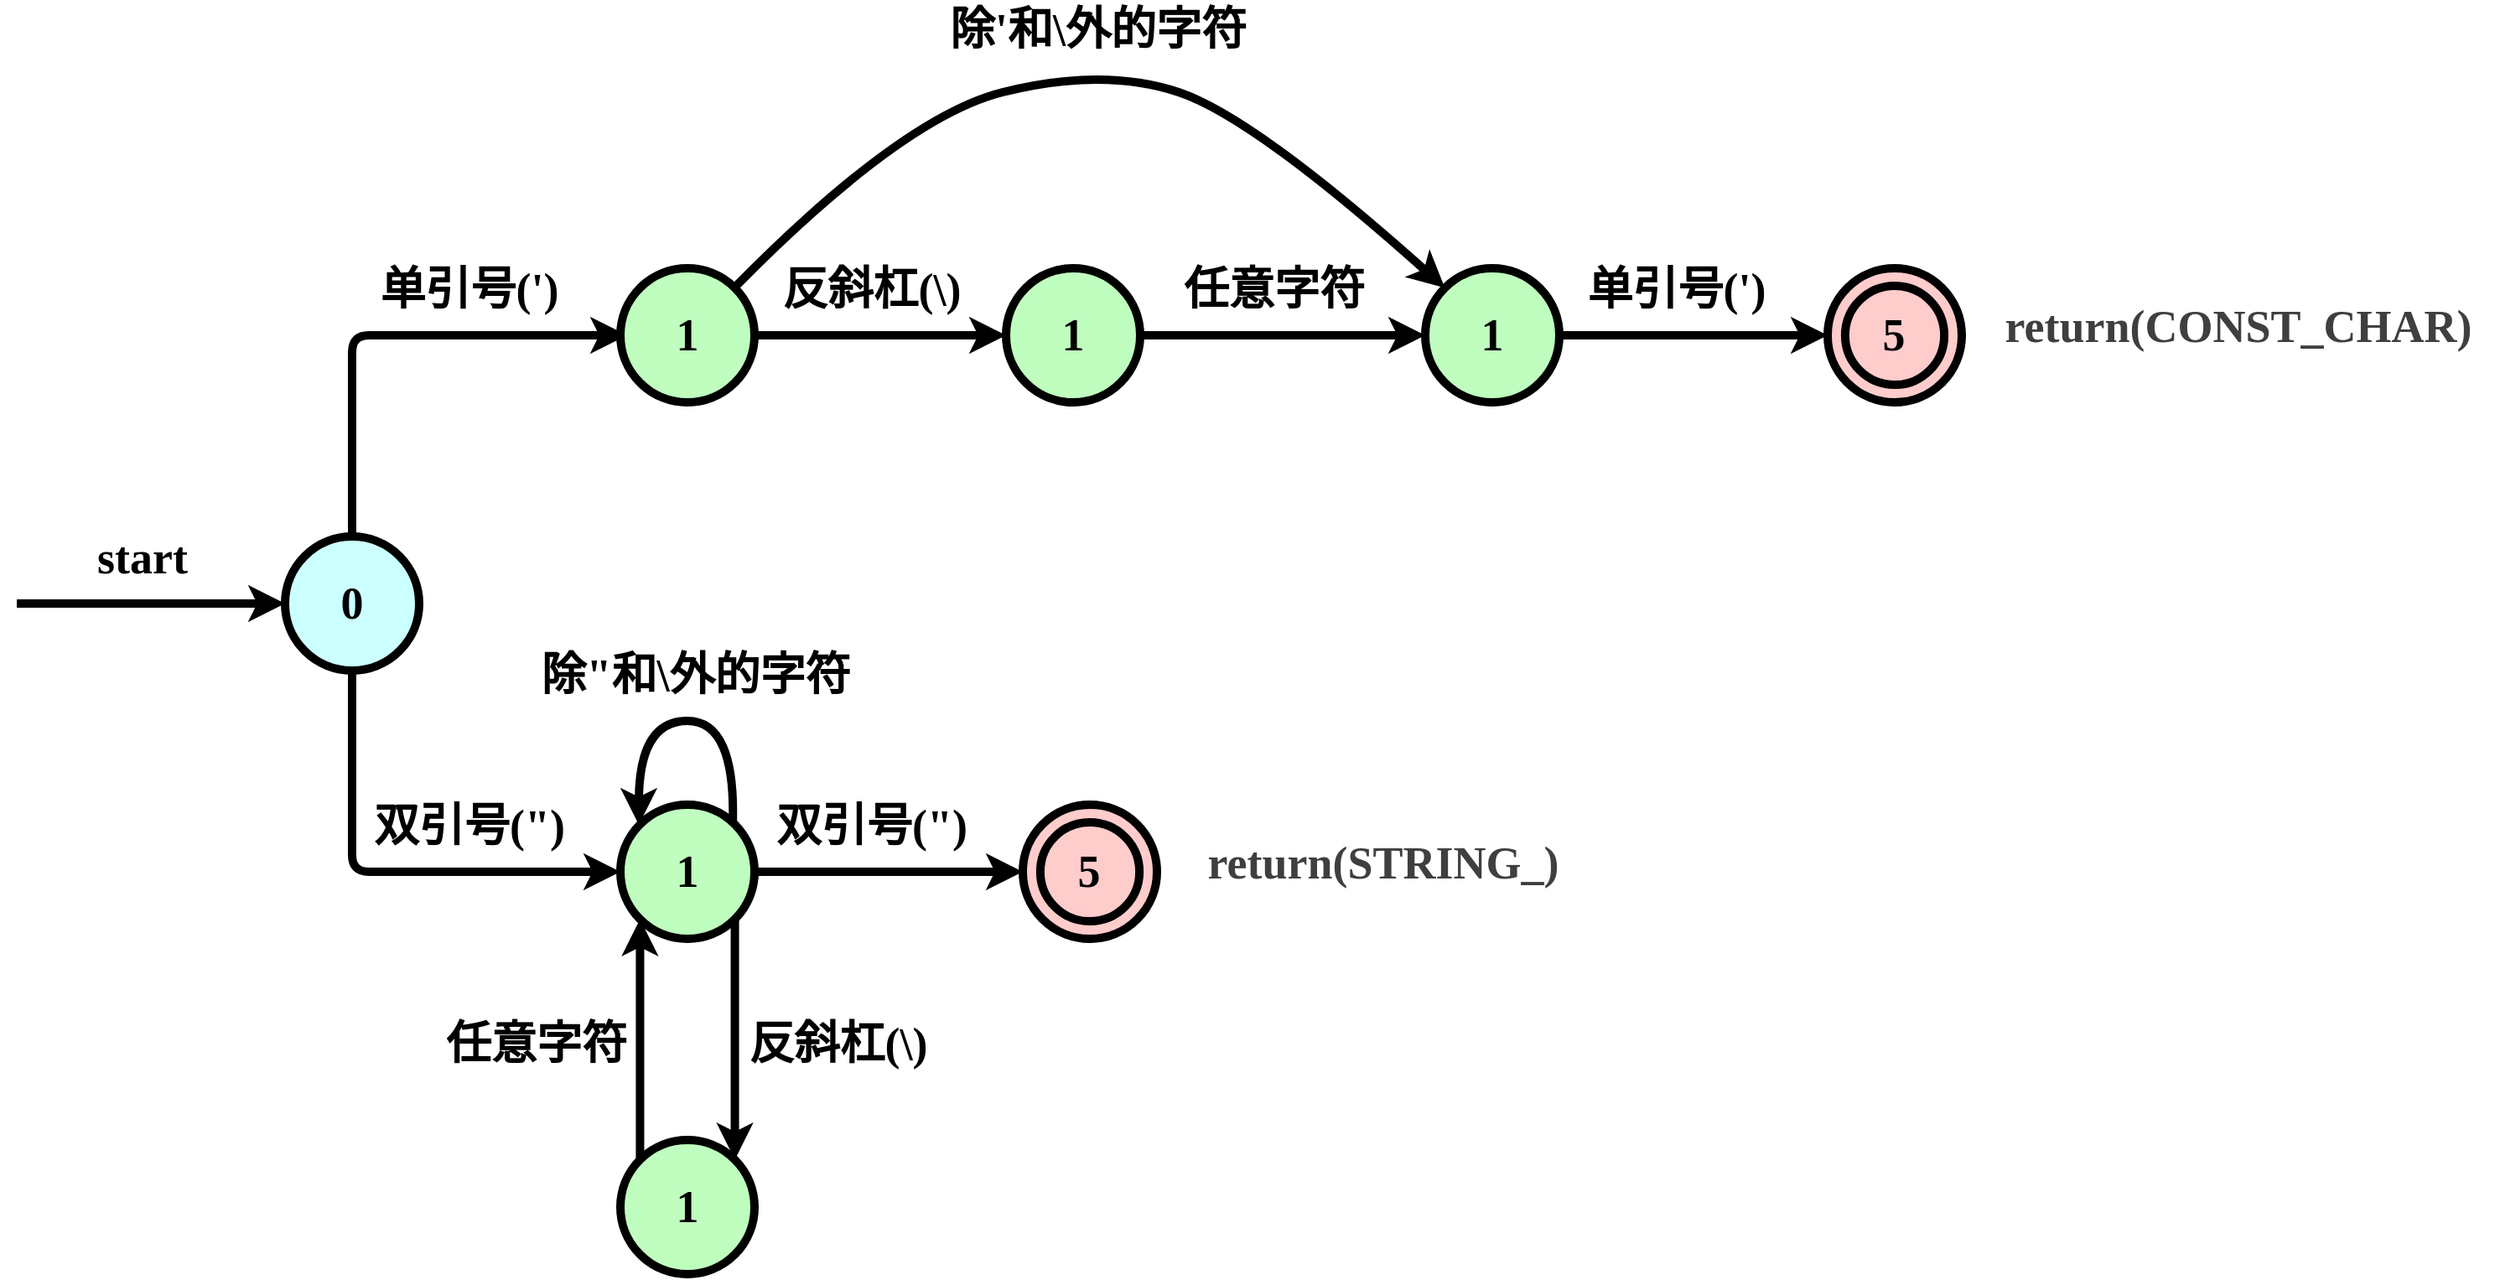
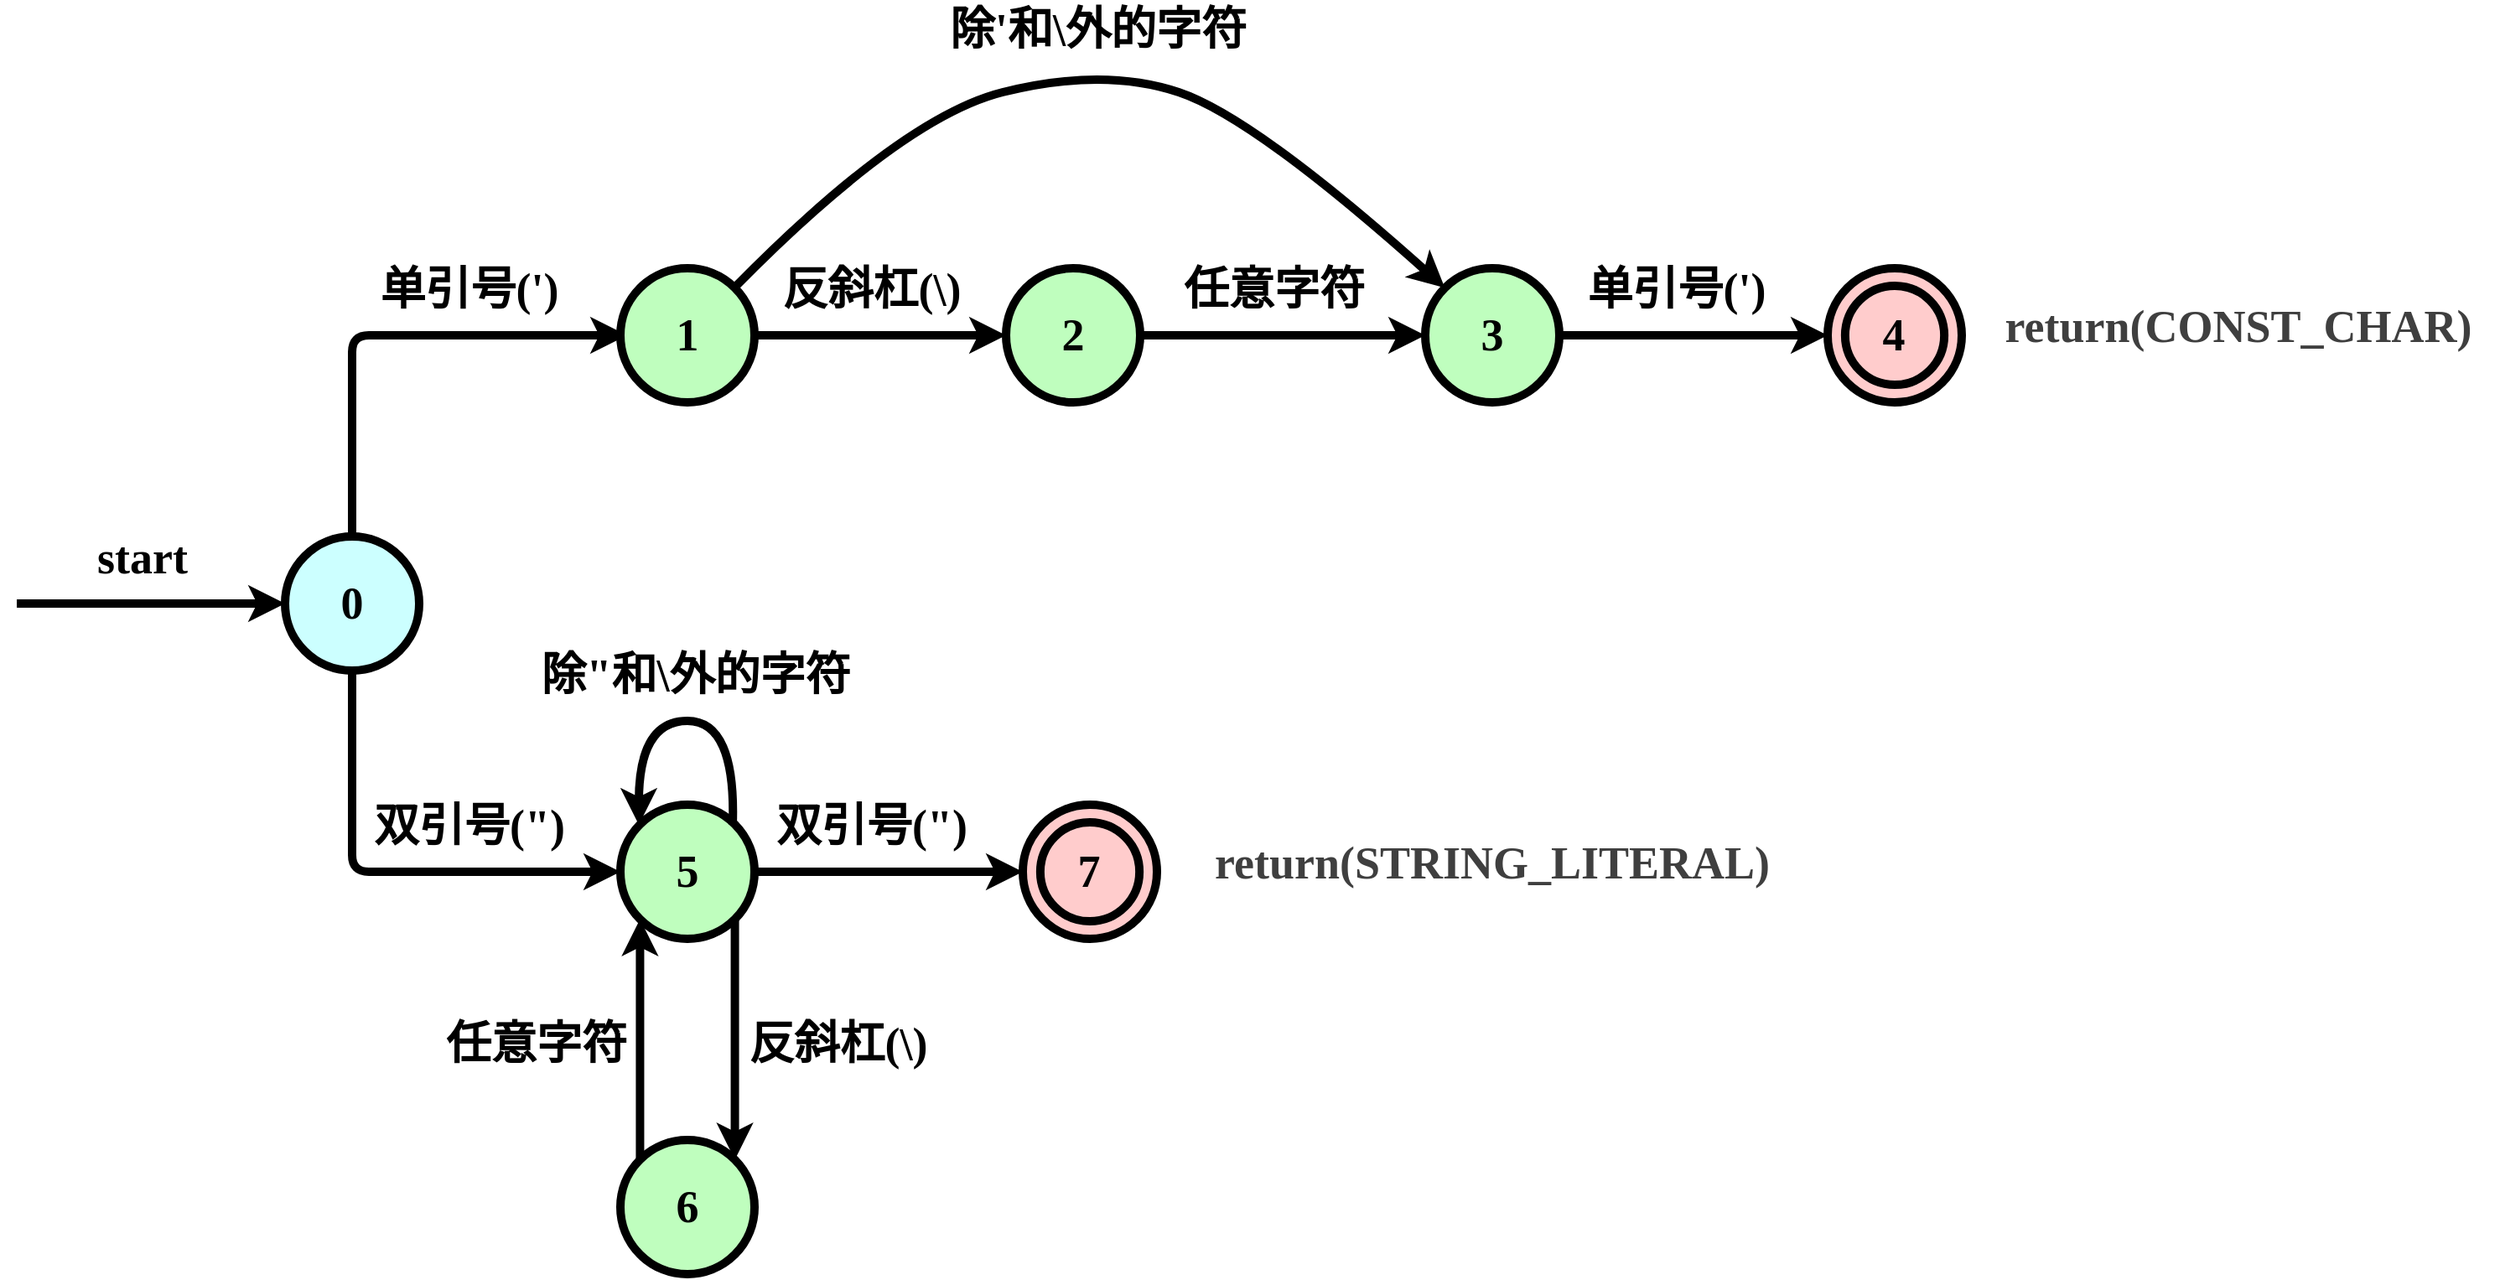
<mxfile host="65bd71144e">
    <diagram id="WDaXGVvMb0ibqETLBTzo" name="第 1 页">
        <mxGraphModel dx="1567" dy="1227" grid="1" gridSize="10" guides="1" tooltips="1" connect="1" arrows="1" fold="1" page="1" pageScale="1" pageWidth="3300" pageHeight="4681" math="0" shadow="0">
            <root>
                <mxCell id="0"/>
                <mxCell id="1" parent="0"/>
-                 <mxCell id="2" style="edgeStyle=orthogonalEdgeStyle;rounded=0;orthogonalLoop=1;jettySize=auto;html=1;exitX=0;exitY=0.5;exitDx=0;exitDy=0;strokeWidth=5;startArrow=classic;startFill=1;endArrow=none;endFill=0;fontSize=30;" edge="1" parent="1" source="3">
+                 <mxCell id="2" style="edgeStyle=orthogonalEdgeStyle;rounded=0;orthogonalLoop=1;jettySize=auto;html=1;exitX=0;exitY=0.5;exitDx=0;exitDy=0;strokeWidth=5;startArrow=classic;startFill=1;endArrow=none;endFill=0;fontSize=30;" parent="1" source="3" edge="1">
                    <mxGeometry relative="1" as="geometry">
                        <mxPoint x="160" y="2120" as="targetPoint"/>
                    </mxGeometry>
                </mxCell>
-                 <mxCell id="9" style="edgeStyle=none;html=1;exitX=0.5;exitY=1;exitDx=0;exitDy=0;entryX=0;entryY=0.5;entryDx=0;entryDy=0;strokeWidth=5;" edge="1" parent="1" source="3" target="8">
+                 <mxCell id="9" style="edgeStyle=none;html=1;exitX=0.5;exitY=1;exitDx=0;exitDy=0;entryX=0;entryY=0.5;entryDx=0;entryDy=0;strokeWidth=5;" parent="1" source="3" target="8" edge="1">
                    <mxGeometry relative="1" as="geometry">
                        <Array as="points">
                            <mxPoint x="360" y="2280"/>
                        </Array>
                    </mxGeometry>
                </mxCell>
-                 <mxCell id="3" value="&lt;font style=&quot;color: rgb(0, 0, 0);&quot; face=&quot;Comic Sans MS&quot;&gt;0&lt;/font&gt;" style="ellipse;whiteSpace=wrap;html=1;aspect=fixed;strokeWidth=5;fillColor=#CCFFFF;gradientColor=none;fontSize=27;fontStyle=1" vertex="1" parent="1">
+                 <mxCell id="3" value="&lt;font style=&quot;color: rgb(0, 0, 0);&quot; face=&quot;Comic Sans MS&quot;&gt;0&lt;/font&gt;" style="ellipse;whiteSpace=wrap;html=1;aspect=fixed;strokeWidth=5;fillColor=#CCFFFF;gradientColor=none;fontSize=27;fontStyle=1" parent="1" vertex="1">
                    <mxGeometry x="320" y="2080" width="80" height="80" as="geometry"/>
                </mxCell>
-                 <mxCell id="4" value="start" style="text;html=1;align=center;verticalAlign=middle;whiteSpace=wrap;rounded=0;fontFamily=Comic Sans MS;strokeWidth=5;fontSize=27;fontStyle=1" vertex="1" parent="1">
+                 <mxCell id="4" value="start" style="text;html=1;align=center;verticalAlign=middle;whiteSpace=wrap;rounded=0;fontFamily=Comic Sans MS;strokeWidth=5;fontSize=27;fontStyle=1" parent="1" vertex="1">
                    <mxGeometry x="190" y="2080" width="90" height="25" as="geometry"/>
                </mxCell>
-                 <mxCell id="5" style="edgeStyle=none;html=1;exitX=0.446;exitY=-0.002;exitDx=0;exitDy=0;entryX=0;entryY=0.5;entryDx=0;entryDy=0;strokeWidth=5;exitPerimeter=0;" edge="1" parent="1">
+                 <mxCell id="5" style="edgeStyle=none;html=1;exitX=0.446;exitY=-0.002;exitDx=0;exitDy=0;entryX=0;entryY=0.5;entryDx=0;entryDy=0;strokeWidth=5;exitPerimeter=0;" parent="1" edge="1">
                    <mxGeometry relative="1" as="geometry">
                        <Array as="points">
                            <mxPoint x="360" y="1960"/>
                        </Array>
                        <mxPoint x="360" y="2080" as="sourcePoint"/>
                        <mxPoint x="524" y="1960" as="targetPoint"/>
                    </mxGeometry>
                </mxCell>
-                 <mxCell id="12" style="edgeStyle=none;html=1;exitX=1;exitY=0.5;exitDx=0;exitDy=0;entryX=0;entryY=0.5;entryDx=0;entryDy=0;strokeWidth=5;" edge="1" parent="1" source="6" target="11">
+                 <mxCell id="12" style="edgeStyle=none;html=1;exitX=1;exitY=0.5;exitDx=0;exitDy=0;entryX=0;entryY=0.5;entryDx=0;entryDy=0;strokeWidth=5;" parent="1" source="6" target="11" edge="1">
                    <mxGeometry relative="1" as="geometry"/>
                </mxCell>
-                 <mxCell id="6" value="&lt;font face=&quot;Comic Sans MS&quot;&gt;1&lt;/font&gt;" style="ellipse;whiteSpace=wrap;html=1;aspect=fixed;strokeWidth=5;fillColor=#BFFEBE;strokeColor=#000000;fontSize=27;fontStyle=1" vertex="1" parent="1">
+                 <mxCell id="6" value="&lt;font face=&quot;Comic Sans MS&quot;&gt;1&lt;/font&gt;" style="ellipse;whiteSpace=wrap;html=1;aspect=fixed;strokeWidth=5;fillColor=#BFFEBE;strokeColor=#000000;fontSize=27;fontStyle=1" parent="1" vertex="1">
                    <mxGeometry x="520" y="1920" width="80" height="80" as="geometry"/>
                </mxCell>
-                 <mxCell id="7" value="单引号(&#39;)" style="text;html=1;align=center;verticalAlign=middle;whiteSpace=wrap;rounded=0;fontFamily=Comic Sans MS;strokeWidth=5;fontSize=27;fontStyle=1" vertex="1" parent="1">
+                 <mxCell id="7" value="单引号(&#39;)" style="text;html=1;align=center;verticalAlign=middle;whiteSpace=wrap;rounded=0;fontFamily=Comic Sans MS;strokeWidth=5;fontSize=27;fontStyle=1" parent="1" vertex="1">
                    <mxGeometry x="360" y="1920" width="140" height="25" as="geometry"/>
                </mxCell>
-                 <mxCell id="30" style="edgeStyle=none;html=1;exitX=1;exitY=1;exitDx=0;exitDy=0;entryX=1;entryY=0;entryDx=0;entryDy=0;strokeWidth=5;" edge="1" parent="1" source="8" target="29">
+                 <mxCell id="30" style="edgeStyle=none;html=1;exitX=1;exitY=1;exitDx=0;exitDy=0;entryX=1;entryY=0;entryDx=0;entryDy=0;strokeWidth=5;" parent="1" source="8" target="29" edge="1">
                    <mxGeometry relative="1" as="geometry"/>
                </mxCell>
-                 <mxCell id="8" value="&lt;font face=&quot;Comic Sans MS&quot;&gt;1&lt;/font&gt;" style="ellipse;whiteSpace=wrap;html=1;aspect=fixed;strokeWidth=5;fillColor=#BFFEBE;strokeColor=#000000;fontSize=27;fontStyle=1" vertex="1" parent="1">
+                 <mxCell id="8" value="&lt;font face=&quot;Comic Sans MS&quot;&gt;5&lt;/font&gt;" style="ellipse;whiteSpace=wrap;html=1;aspect=fixed;strokeWidth=5;fillColor=#BFFEBE;strokeColor=#000000;fontSize=27;fontStyle=1" parent="1" vertex="1">
                    <mxGeometry x="520" y="2240" width="80" height="80" as="geometry"/>
                </mxCell>
-                 <mxCell id="10" value="双引号(&quot;)" style="text;html=1;align=center;verticalAlign=middle;whiteSpace=wrap;rounded=0;fontFamily=Comic Sans MS;strokeWidth=5;fontSize=27;fontStyle=1" vertex="1" parent="1">
+                 <mxCell id="10" value="双引号(&quot;)" style="text;html=1;align=center;verticalAlign=middle;whiteSpace=wrap;rounded=0;fontFamily=Comic Sans MS;strokeWidth=5;fontSize=27;fontStyle=1" parent="1" vertex="1">
                    <mxGeometry x="360" y="2240" width="140" height="25" as="geometry"/>
                </mxCell>
-                 <mxCell id="11" value="&lt;font face=&quot;Comic Sans MS&quot;&gt;1&lt;/font&gt;" style="ellipse;whiteSpace=wrap;html=1;aspect=fixed;strokeWidth=5;fillColor=#BFFEBE;strokeColor=#000000;fontSize=27;fontStyle=1" vertex="1" parent="1">
+                 <mxCell id="11" value="&lt;font face=&quot;Comic Sans MS&quot;&gt;2&lt;/font&gt;" style="ellipse;whiteSpace=wrap;html=1;aspect=fixed;strokeWidth=5;fillColor=#BFFEBE;strokeColor=#000000;fontSize=27;fontStyle=1" parent="1" vertex="1">
                    <mxGeometry x="750" y="1920" width="80" height="80" as="geometry"/>
                </mxCell>
-                 <mxCell id="13" value="反斜杠(\)" style="text;html=1;align=center;verticalAlign=middle;whiteSpace=wrap;rounded=0;fontFamily=Comic Sans MS;strokeWidth=5;fontSize=27;fontStyle=1" vertex="1" parent="1">
+                 <mxCell id="13" value="反斜杠(\)" style="text;html=1;align=center;verticalAlign=middle;whiteSpace=wrap;rounded=0;fontFamily=Comic Sans MS;strokeWidth=5;fontSize=27;fontStyle=1" parent="1" vertex="1">
                    <mxGeometry x="600" y="1920" width="140" height="25" as="geometry"/>
                </mxCell>
-                 <mxCell id="14" style="edgeStyle=none;html=1;exitX=1;exitY=0.5;exitDx=0;exitDy=0;entryX=0;entryY=0.5;entryDx=0;entryDy=0;strokeWidth=5;" edge="1" parent="1" target="15">
+                 <mxCell id="14" style="edgeStyle=none;html=1;exitX=1;exitY=0.5;exitDx=0;exitDy=0;entryX=0;entryY=0.5;entryDx=0;entryDy=0;strokeWidth=5;" parent="1" target="15" edge="1">
                    <mxGeometry relative="1" as="geometry">
                        <mxPoint x="830" y="1960" as="sourcePoint"/>
                    </mxGeometry>
                </mxCell>
-                 <mxCell id="24" style="edgeStyle=none;html=1;exitX=1;exitY=0.5;exitDx=0;exitDy=0;entryX=0;entryY=0.5;entryDx=0;entryDy=0;strokeWidth=5;" edge="1" parent="1" source="15" target="22">
+                 <mxCell id="24" style="edgeStyle=none;html=1;exitX=1;exitY=0.5;exitDx=0;exitDy=0;entryX=0;entryY=0.5;entryDx=0;entryDy=0;strokeWidth=5;" parent="1" source="15" target="22" edge="1">
                    <mxGeometry relative="1" as="geometry"/>
                </mxCell>
-                 <mxCell id="15" value="&lt;font face=&quot;Comic Sans MS&quot;&gt;1&lt;/font&gt;" style="ellipse;whiteSpace=wrap;html=1;aspect=fixed;strokeWidth=5;fillColor=#BFFEBE;strokeColor=#000000;fontSize=27;fontStyle=1" vertex="1" parent="1">
+                 <mxCell id="15" value="&lt;font face=&quot;Comic Sans MS&quot;&gt;3&lt;/font&gt;" style="ellipse;whiteSpace=wrap;html=1;aspect=fixed;strokeWidth=5;fillColor=#BFFEBE;strokeColor=#000000;fontSize=27;fontStyle=1" parent="1" vertex="1">
                    <mxGeometry x="1000" y="1920" width="80" height="80" as="geometry"/>
                </mxCell>
-                 <mxCell id="16" value="任意字符" style="text;html=1;align=center;verticalAlign=middle;whiteSpace=wrap;rounded=0;fontFamily=Comic Sans MS;strokeWidth=5;fontSize=27;fontStyle=1" vertex="1" parent="1">
+                 <mxCell id="16" value="任意字符" style="text;html=1;align=center;verticalAlign=middle;whiteSpace=wrap;rounded=0;fontFamily=Comic Sans MS;strokeWidth=5;fontSize=27;fontStyle=1" parent="1" vertex="1">
                    <mxGeometry x="840" y="1920" width="140" height="25" as="geometry"/>
                </mxCell>
-                 <mxCell id="18" value="" style="curved=1;endArrow=classic;html=1;entryX=0;entryY=0;entryDx=0;entryDy=0;strokeWidth=5;" edge="1" parent="1" source="6" target="15">
+                 <mxCell id="18" value="" style="curved=1;endArrow=classic;html=1;entryX=0;entryY=0;entryDx=0;entryDy=0;strokeWidth=5;" parent="1" source="6" target="15" edge="1">
                    <mxGeometry width="50" height="50" relative="1" as="geometry">
                        <mxPoint x="606" y="1902" as="sourcePoint"/>
                        <mxPoint x="990" y="1902" as="targetPoint"/>
                        <Array as="points">
                            <mxPoint x="688" y="1830"/>
                            <mxPoint x="808" y="1800"/>
                            <mxPoint x="898" y="1830"/>
                        </Array>
                    </mxGeometry>
                </mxCell>
-                 <mxCell id="20" value="除&#39;和\外的字符" style="text;html=1;align=center;verticalAlign=middle;whiteSpace=wrap;rounded=0;fontFamily=Comic Sans MS;strokeWidth=5;fontSize=27;fontStyle=1" vertex="1" parent="1">
+                 <mxCell id="20" value="除&#39;和\外的字符" style="text;html=1;align=center;verticalAlign=middle;whiteSpace=wrap;rounded=0;fontFamily=Comic Sans MS;strokeWidth=5;fontSize=27;fontStyle=1" parent="1" vertex="1">
                    <mxGeometry x="680" y="1760" width="250" height="35" as="geometry"/>
                </mxCell>
-                 <mxCell id="21" value="" style="group;strokeWidth=5;fontSize=27;fontStyle=1" vertex="1" connectable="0" parent="1">
+                 <mxCell id="21" value="" style="group;strokeWidth=5;fontSize=27;fontStyle=1" parent="1" vertex="1" connectable="0">
                    <mxGeometry x="1240" y="1920" width="80" height="80" as="geometry"/>
                </mxCell>
-                 <mxCell id="22" value="" style="ellipse;whiteSpace=wrap;html=1;aspect=fixed;strokeWidth=5;fillColor=#FFCCCC;fontSize=27;fontStyle=1" vertex="1" parent="21">
+                 <mxCell id="22" value="" style="ellipse;whiteSpace=wrap;html=1;aspect=fixed;strokeWidth=5;fillColor=#FFCCCC;fontSize=27;fontStyle=1" parent="21" vertex="1">
                    <mxGeometry width="80" height="80" as="geometry"/>
                </mxCell>
-                 <mxCell id="23" value="&lt;font style=&quot;color: rgb(0, 0, 0);&quot; face=&quot;Comic Sans MS&quot;&gt;&lt;span&gt;5&lt;/span&gt;&lt;/font&gt;" style="ellipse;whiteSpace=wrap;html=1;aspect=fixed;strokeWidth=5;fillColor=#FFCCCC;fontSize=27;fontStyle=1" vertex="1" parent="21">
+                 <mxCell id="23" value="&lt;font style=&quot;color: rgb(0, 0, 0);&quot; face=&quot;Comic Sans MS&quot;&gt;&lt;span&gt;4&lt;/span&gt;&lt;/font&gt;" style="ellipse;whiteSpace=wrap;html=1;aspect=fixed;strokeWidth=5;fillColor=#FFCCCC;fontSize=27;fontStyle=1" parent="21" vertex="1">
                    <mxGeometry x="10.440000000000001" y="10.44" width="59.12" height="59.12" as="geometry"/>
                </mxCell>
-                 <mxCell id="25" value="单引号(&#39;)" style="text;html=1;align=center;verticalAlign=middle;whiteSpace=wrap;rounded=0;fontFamily=Comic Sans MS;strokeWidth=5;fontSize=27;fontStyle=1" vertex="1" parent="1">
+                 <mxCell id="25" value="单引号(&#39;)" style="text;html=1;align=center;verticalAlign=middle;whiteSpace=wrap;rounded=0;fontFamily=Comic Sans MS;strokeWidth=5;fontSize=27;fontStyle=1" parent="1" vertex="1">
                    <mxGeometry x="1080" y="1920" width="140" height="25" as="geometry"/>
                </mxCell>
-                 <mxCell id="26" value="" style="curved=1;endArrow=classic;html=1;exitX=1;exitY=0;exitDx=0;exitDy=0;entryX=0;entryY=0;entryDx=0;entryDy=0;strokeWidth=5;" edge="1" parent="1">
+                 <mxCell id="26" value="" style="curved=1;endArrow=classic;html=1;exitX=1;exitY=0;exitDx=0;exitDy=0;entryX=0;entryY=0;entryDx=0;entryDy=0;strokeWidth=5;" parent="1" edge="1">
                    <mxGeometry width="50" height="50" relative="1" as="geometry">
                        <mxPoint x="587" y="2252" as="sourcePoint"/>
                        <mxPoint x="531" y="2252" as="targetPoint"/>
                        <Array as="points">
                            <mxPoint x="589" y="2190"/>
                            <mxPoint x="531" y="2190"/>
                        </Array>
                    </mxGeometry>
                </mxCell>
-                 <mxCell id="28" value="除&quot;和\外的字符" style="text;html=1;align=center;verticalAlign=middle;whiteSpace=wrap;rounded=0;fontFamily=Comic Sans MS;strokeWidth=5;fontSize=27;fontStyle=1" vertex="1" parent="1">
+                 <mxCell id="28" value="除&quot;和\外的字符" style="text;html=1;align=center;verticalAlign=middle;whiteSpace=wrap;rounded=0;fontFamily=Comic Sans MS;strokeWidth=5;fontSize=27;fontStyle=1" parent="1" vertex="1">
                    <mxGeometry x="440" y="2150" width="250" height="25" as="geometry"/>
                </mxCell>
-                 <mxCell id="31" style="edgeStyle=none;html=1;exitX=0;exitY=0;exitDx=0;exitDy=0;entryX=0;entryY=1;entryDx=0;entryDy=0;strokeWidth=5;" edge="1" parent="1" source="29" target="8">
+                 <mxCell id="31" style="edgeStyle=none;html=1;exitX=0;exitY=0;exitDx=0;exitDy=0;entryX=0;entryY=1;entryDx=0;entryDy=0;strokeWidth=5;" parent="1" source="29" target="8" edge="1">
                    <mxGeometry relative="1" as="geometry"/>
                </mxCell>
-                 <mxCell id="29" value="&lt;font face=&quot;Comic Sans MS&quot;&gt;1&lt;/font&gt;" style="ellipse;whiteSpace=wrap;html=1;aspect=fixed;strokeWidth=5;fillColor=#BFFEBE;strokeColor=#000000;fontSize=27;fontStyle=1" vertex="1" parent="1">
+                 <mxCell id="29" value="&lt;font face=&quot;Comic Sans MS&quot;&gt;6&lt;/font&gt;" style="ellipse;whiteSpace=wrap;html=1;aspect=fixed;strokeWidth=5;fillColor=#BFFEBE;strokeColor=#000000;fontSize=27;fontStyle=1" parent="1" vertex="1">
                    <mxGeometry x="520" y="2440" width="80" height="80" as="geometry"/>
                </mxCell>
-                 <mxCell id="32" value="&lt;span style=&quot;color: rgb(0, 0, 0);&quot;&gt;反斜杠(\)&lt;/span&gt;" style="text;html=1;align=center;verticalAlign=middle;whiteSpace=wrap;rounded=0;fontFamily=Comic Sans MS;strokeWidth=5;fontSize=27;fontStyle=1" vertex="1" parent="1">
+                 <mxCell id="32" value="&lt;span style=&quot;color: rgb(0, 0, 0);&quot;&gt;反斜杠(\)&lt;/span&gt;" style="text;html=1;align=center;verticalAlign=middle;whiteSpace=wrap;rounded=0;fontFamily=Comic Sans MS;strokeWidth=5;fontSize=27;fontStyle=1" parent="1" vertex="1">
                    <mxGeometry x="580" y="2370" width="140" height="25" as="geometry"/>
                </mxCell>
-                 <mxCell id="33" value="任意字符" style="text;html=1;align=center;verticalAlign=middle;whiteSpace=wrap;rounded=0;fontFamily=Comic Sans MS;strokeWidth=5;fontSize=27;fontStyle=1" vertex="1" parent="1">
+                 <mxCell id="33" value="任意字符" style="text;html=1;align=center;verticalAlign=middle;whiteSpace=wrap;rounded=0;fontFamily=Comic Sans MS;strokeWidth=5;fontSize=27;fontStyle=1" parent="1" vertex="1">
                    <mxGeometry x="400" y="2370" width="140" height="25" as="geometry"/>
                </mxCell>
-                 <mxCell id="34" style="edgeStyle=none;html=1;exitX=1;exitY=0.5;exitDx=0;exitDy=0;entryX=0;entryY=0.5;entryDx=0;entryDy=0;strokeWidth=5;" edge="1" parent="1" target="36">
+                 <mxCell id="34" style="edgeStyle=none;html=1;exitX=1;exitY=0.5;exitDx=0;exitDy=0;entryX=0;entryY=0.5;entryDx=0;entryDy=0;strokeWidth=5;" parent="1" target="36" edge="1">
                    <mxGeometry relative="1" as="geometry">
                        <mxPoint x="600" y="2280" as="sourcePoint"/>
                    </mxGeometry>
                </mxCell>
-                 <mxCell id="35" value="" style="group;strokeWidth=5;fontSize=27;fontStyle=1" vertex="1" connectable="0" parent="1">
+                 <mxCell id="35" value="" style="group;strokeWidth=5;fontSize=27;fontStyle=1" parent="1" vertex="1" connectable="0">
                    <mxGeometry x="760" y="2240" width="80" height="80" as="geometry"/>
                </mxCell>
-                 <mxCell id="36" value="" style="ellipse;whiteSpace=wrap;html=1;aspect=fixed;strokeWidth=5;fillColor=#FFCCCC;fontSize=27;fontStyle=1" vertex="1" parent="35">
+                 <mxCell id="36" value="" style="ellipse;whiteSpace=wrap;html=1;aspect=fixed;strokeWidth=5;fillColor=#FFCCCC;fontSize=27;fontStyle=1" parent="35" vertex="1">
                    <mxGeometry width="80" height="80" as="geometry"/>
                </mxCell>
-                 <mxCell id="37" value="&lt;font style=&quot;color: rgb(0, 0, 0);&quot; face=&quot;Comic Sans MS&quot;&gt;&lt;span&gt;5&lt;/span&gt;&lt;/font&gt;" style="ellipse;whiteSpace=wrap;html=1;aspect=fixed;strokeWidth=5;fillColor=#FFCCCC;fontSize=27;fontStyle=1" vertex="1" parent="35">
+                 <mxCell id="37" value="&lt;font style=&quot;color: rgb(0, 0, 0);&quot; face=&quot;Comic Sans MS&quot;&gt;&lt;span&gt;7&lt;/span&gt;&lt;/font&gt;" style="ellipse;whiteSpace=wrap;html=1;aspect=fixed;strokeWidth=5;fillColor=#FFCCCC;fontSize=27;fontStyle=1" parent="35" vertex="1">
                    <mxGeometry x="10.440000000000001" y="10.44" width="59.12" height="59.12" as="geometry"/>
                </mxCell>
-                 <mxCell id="38" value="&lt;span style=&quot;font-family: monospace; font-size: 0px; font-weight: 400; text-align: start; text-wrap-mode: nowrap;&quot;&gt;%3CmxGraphModel%3E%3Croot%3E%3CmxCell%20id%3D%220%22%2F%3E%3CmxCell%20id%3D%221%22%20parent%3D%220%22%2F%3E%3CmxCell%20id%3D%222%22%20value%3D%22%E5%8F%8C%E5%BC%95%E5%8F%B7(%26quot%3B)%22%20style%3D%22text%3Bhtml%3D1%3Balign%3Dcenter%3BverticalAlign%3Dmiddle%3BwhiteSpace%3Dwrap%3Brounded%3D0%3BfontFamily%3DComic%20Sans%20MS%3BstrokeWidth%3D5%3BfontSize%3D27%3BfontStyle%3D1%22%20vertex%3D%221%22%20parent%3D%221%22%3E%3CmxGeometry%20x%3D%22360%22%20y%3D%222240%22%20width%3D%22140%22%20height%3D%2225%22%20as%3D%22geometry%22%2F%3E%3C%2FmxCell%3E%3C%2Froot%3E%3C%2FmxGraphModel%3E&lt;/span&gt;" style="text;html=1;align=center;verticalAlign=middle;whiteSpace=wrap;rounded=0;fontFamily=Comic Sans MS;strokeWidth=5;fontSize=27;fontStyle=1" vertex="1" parent="1">
+                 <mxCell id="38" value="&lt;span style=&quot;font-family: monospace; font-size: 0px; font-weight: 400; text-align: start; text-wrap-mode: nowrap;&quot;&gt;%3CmxGraphModel%3E%3Croot%3E%3CmxCell%20id%3D%220%22%2F%3E%3CmxCell%20id%3D%221%22%20parent%3D%220%22%2F%3E%3CmxCell%20id%3D%222%22%20value%3D%22%E5%8F%8C%E5%BC%95%E5%8F%B7(%26quot%3B)%22%20style%3D%22text%3Bhtml%3D1%3Balign%3Dcenter%3BverticalAlign%3Dmiddle%3BwhiteSpace%3Dwrap%3Brounded%3D0%3BfontFamily%3DComic%20Sans%20MS%3BstrokeWidth%3D5%3BfontSize%3D27%3BfontStyle%3D1%22%20vertex%3D%221%22%20parent%3D%221%22%3E%3CmxGeometry%20x%3D%22360%22%20y%3D%222240%22%20width%3D%22140%22%20height%3D%2225%22%20as%3D%22geometry%22%2F%3E%3C%2FmxCell%3E%3C%2Froot%3E%3C%2FmxGraphModel%3E&lt;/span&gt;" style="text;html=1;align=center;verticalAlign=middle;whiteSpace=wrap;rounded=0;fontFamily=Comic Sans MS;strokeWidth=5;fontSize=27;fontStyle=1" parent="1" vertex="1">
                    <mxGeometry x="600" y="2240" width="140" height="25" as="geometry"/>
                </mxCell>
-                 <mxCell id="39" value="双引号(&quot;)" style="text;html=1;align=center;verticalAlign=middle;whiteSpace=wrap;rounded=0;fontFamily=Comic Sans MS;strokeWidth=5;fontSize=27;fontStyle=1" vertex="1" parent="1">
+                 <mxCell id="39" value="双引号(&quot;)" style="text;html=1;align=center;verticalAlign=middle;whiteSpace=wrap;rounded=0;fontFamily=Comic Sans MS;strokeWidth=5;fontSize=27;fontStyle=1" parent="1" vertex="1">
                    <mxGeometry x="600" y="2240" width="140" height="25" as="geometry"/>
                </mxCell>
-                 <mxCell id="40" value="&lt;span style=&quot;color: rgb(63, 63, 63);&quot;&gt;return(CONST_CHAR)&lt;/span&gt;" style="text;html=1;align=center;verticalAlign=middle;whiteSpace=wrap;rounded=0;fontFamily=Comic Sans MS;strokeWidth=5;fontSize=27;fontStyle=1;fontColor=#000000;" vertex="1" parent="1">
+                 <mxCell id="40" value="&lt;span style=&quot;color: rgb(63, 63, 63);&quot;&gt;return(CONST_CHAR)&lt;/span&gt;" style="text;html=1;align=center;verticalAlign=middle;whiteSpace=wrap;rounded=0;fontFamily=Comic Sans MS;strokeWidth=5;fontSize=27;fontStyle=1;fontColor=#000000;" parent="1" vertex="1">
                    <mxGeometry x="1330" y="1920" width="310" height="70" as="geometry"/>
                </mxCell>
-                 <mxCell id="41" value="&lt;span style=&quot;color: rgb(63, 63, 63);&quot;&gt;return(STRING_)&lt;/span&gt;" style="text;html=1;align=center;verticalAlign=middle;whiteSpace=wrap;rounded=0;fontFamily=Comic Sans MS;strokeWidth=5;fontSize=27;fontStyle=1;fontColor=#000000;" vertex="1" parent="1">
-                     <mxGeometry x="820" y="2240" width="310" height="70" as="geometry"/>
+                 <mxCell id="41" value="&lt;span style=&quot;color: rgb(63, 63, 63);&quot;&gt;return(STRING_LITERAL)&lt;/span&gt;" style="text;html=1;align=center;verticalAlign=middle;whiteSpace=wrap;rounded=0;fontFamily=Comic Sans MS;strokeWidth=5;fontSize=27;fontStyle=1;fontColor=#000000;" parent="1" vertex="1">
+                     <mxGeometry x="885" y="2240" width="310" height="70" as="geometry"/>
                </mxCell>
            </root>
        </mxGraphModel>
    </diagram>
</mxfile>